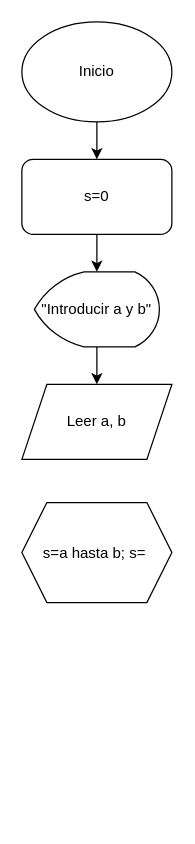
The draw.io diagram DF5GRUPO5.drawio in nataliemurilloa/Diagramadeflujo, before the edit. Source tidied: cells renumbered, new cells numbered last; positions are measured from the earlier drawing's top-left corner, leaving out a move shared by most shapes. Both pictures are drawn from the tidied source at 125%, with x=0, y=0 at pixel (21, 21).
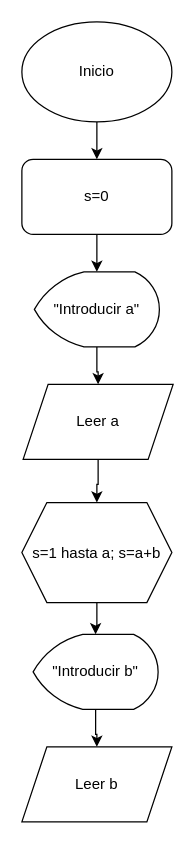
The same diagram, later.

The edit, as a diff of the source:
```diff
@@
 <mxGraphModel>
   <root>
     <mxCell id="0" />
     <mxCell id="1" parent="0" />
     <mxCell id="2" style="edgeStyle=orthogonalEdgeStyle;rounded=0;jettySize=auto;html=1;" parent="1" edge="1" source="3" target="5">
       <mxGeometry relative="1" as="geometry" />
     </mxCell>
     <mxCell id="3" value="Inicio" style="ellipse;whiteSpace=wrap;html=1;" parent="1" vertex="1">
       <mxGeometry width="120" height="80" as="geometry" />
     </mxCell>
     <mxCell id="4" style="edgeStyle=orthogonalEdgeStyle;rounded=0;jettySize=auto;html=1;" parent="1" edge="1" source="5" target="8">
       <mxGeometry relative="1" as="geometry" />
     </mxCell>
     <mxCell id="5" value="s=0" style="rounded=1;whiteSpace=wrap;html=1;" parent="1" vertex="1">
       <mxGeometry y="110" width="120" height="60" as="geometry" />
     </mxCell>
+    <mxCell id="10" style="edgeStyle=orthogonalEdgeStyle;rounded=0;jettySize=auto;html=1;" parent="1" edge="1" source="6" target="9">
+      <mxGeometry relative="1" as="geometry" />
+    </mxCell>
-    <mxCell id="6" value="Leer a, b" style="shape=parallelogram;perimeter=parallelogramPerimeter;whiteSpace=wrap;html=1;fixedSize=1;" parent="1" vertex="1">
-      <mxGeometry y="290" width="120" height="60" as="geometry" />
+    <mxCell id="6" value="Leer a" style="shape=parallelogram;perimeter=parallelogramPerimeter;whiteSpace=wrap;html=1;fixedSize=1;" parent="1" vertex="1">
+      <mxGeometry x="1" y="290" width="120" height="60" as="geometry" />
     </mxCell>
     <mxCell id="7" style="edgeStyle=orthogonalEdgeStyle;rounded=0;jettySize=auto;html=1;" parent="1" edge="1" source="8" target="6">
       <mxGeometry relative="1" as="geometry" />
     </mxCell>
-    <mxCell id="8" value="&quot;Introducir a y b&quot;" style="strokeWidth=1;html=1;shape=mxgraph.flowchart.display;whiteSpace=wrap;" parent="1" vertex="1">
+    <mxCell id="8" value="&quot;Introducir a&quot;" style="strokeWidth=1;html=1;shape=mxgraph.flowchart.display;whiteSpace=wrap;" parent="1" vertex="1">
       <mxGeometry x="10" y="200" width="100" height="60" as="geometry" />
     </mxCell>
+    <mxCell id="11" style="edgeStyle=orthogonalEdgeStyle;rounded=0;jettySize=auto;html=1;" parent="1" edge="1" source="9" target="14">
+      <mxGeometry relative="1" as="geometry" />
+    </mxCell>
-    <mxCell id="9" value="s=a hasta b; s=&amp;nbsp;" style="shape=hexagon;perimeter=hexagonPerimeter2;whiteSpace=wrap;html=1;fixedSize=1;strokeWidth=1;" parent="1" vertex="1">
+    <mxCell id="9" value="s=1 hasta a; s=a+b" style="shape=hexagon;perimeter=hexagonPerimeter2;whiteSpace=wrap;html=1;fixedSize=1;strokeWidth=1;" parent="1" vertex="1">
       <mxGeometry y="384.5" width="120" height="80" as="geometry" />
     </mxCell>
+    <mxCell id="12" value="Leer b" style="shape=parallelogram;perimeter=parallelogramPerimeter;whiteSpace=wrap;html=1;fixedSize=1;" parent="1" vertex="1">
+      <mxGeometry y="580" width="120" height="60" as="geometry" />
+    </mxCell>
+    <mxCell id="13" style="edgeStyle=orthogonalEdgeStyle;rounded=0;jettySize=auto;html=1;" parent="1" edge="1" source="14" target="12">
+      <mxGeometry relative="1" as="geometry" />
+    </mxCell>
+    <mxCell id="14" value="&quot;Introducir b&quot;" style="strokeWidth=1;html=1;shape=mxgraph.flowchart.display;whiteSpace=wrap;" parent="1" vertex="1">
+      <mxGeometry x="9" y="490" width="100" height="60" as="geometry" />
+    </mxCell>
   </root>
 </mxGraphModel>
```
